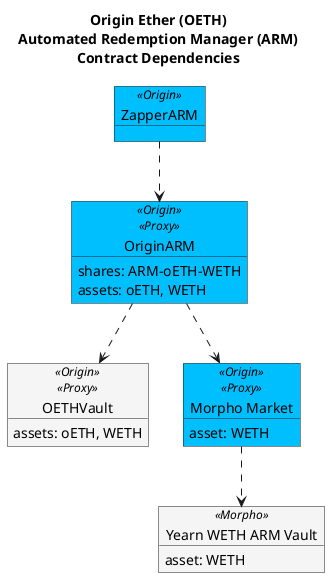
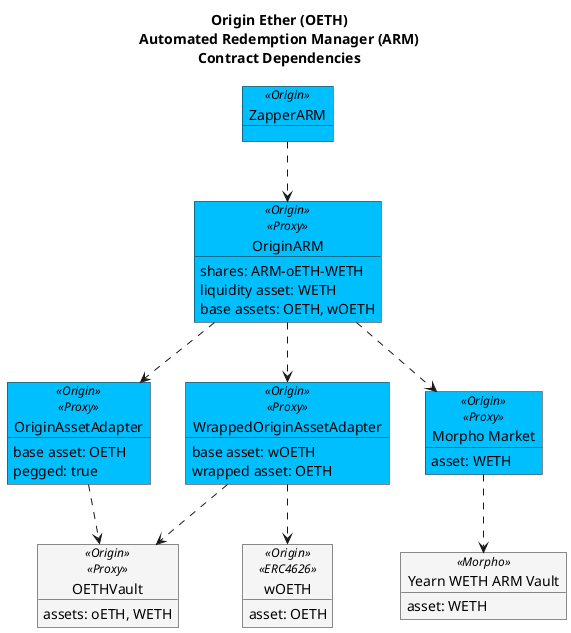
@startuml

!$originColor = DeepSkyBlue
' !$originColor = WhiteSmoke
!$newColor = LightGreen
!$changedColor = Orange
!$thirdPartyColor = WhiteSmoke

' legend
' blue - Origin
- ' ' green - new
- ' ' orange - changed
+ ' green - new
+ ' orange - changed
' white - 3rd Party
' end legend

title "Origin Ether (OETH)\nAutomated Redemption Manager (ARM)\nContract Dependencies"


object "ZapperARM" as zap <<Origin>> #$originColor {
}

object "OriginARM" as arm <<Origin>><<Proxy>> #$originColor {
    shares: ARM-oETH-WETH
-     assets: oETH, WETH
+     liquidity asset: WETH
+     base assets: OETH, wOETH
+ }
+ 
+ object "OriginAssetAdapter" as oethAdapter <<Origin>><<Proxy>> #$originColor {
+     base asset: OETH
+     pegged: true
+ }
+ 
+ object "WrappedOriginAssetAdapter" as woethAdapter <<Origin>><<Proxy>> #$originColor {
+     base asset: wOETH
+     wrapped asset: OETH
+ }
+ 
+ object "wOETH" as woeth <<Origin>><<ERC4626>> #$thirdPartyColor {
+     asset: OETH
}

object "OETHVault" as oethVault <<Origin>><<Proxy>> #$thirdPartyColor {
    assets: oETH, WETH
}

object "Morpho Market" as morphoMarket <<Origin>><<Proxy>> #$originColor {
    asset: WETH
}

object "Yearn WETH ARM Vault" as morpho <<Morpho>> #$thirdPartyColor {
    asset: WETH
}

zap ..> arm
- arm ..> oethVault
+ arm ..> oethAdapter
+ arm ..> woethAdapter
+ oethAdapter ..> oethVault
+ woethAdapter ..> woeth
+ woethAdapter ..> oethVault
arm ..> morphoMarket
morphoMarket ..> morpho

- @enduml+ @enduml
